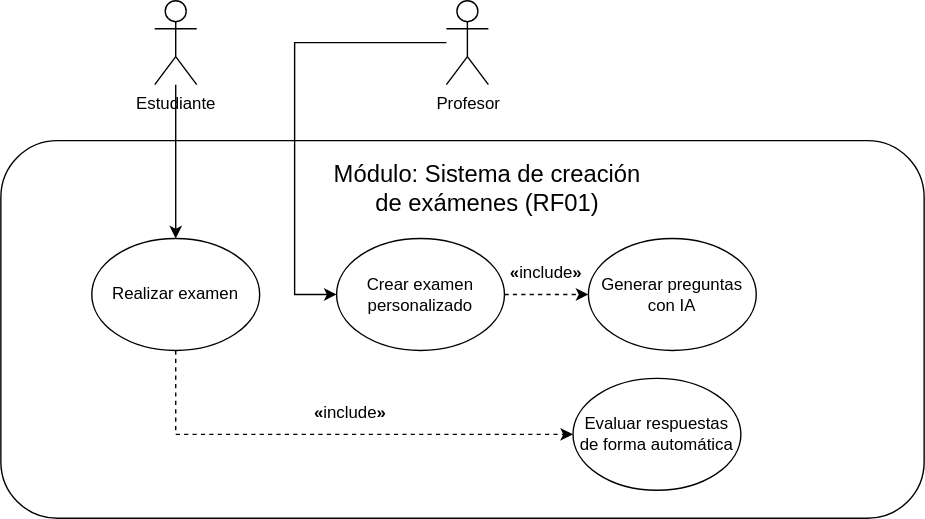
The draw.io diagram docs/diagrams/usecases/UCD-gestionDeExamenes.svg in Juanb7737/calificia, before a commit. Source tidied: cells renumbered, new cells last; positions are measured from the earlier drawing's top-left corner, leaving out a move shared by most shapes.
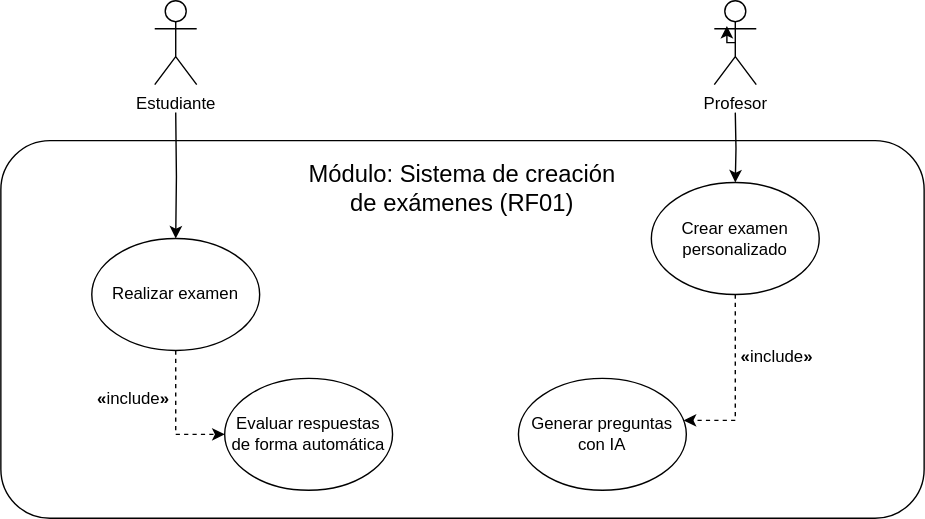
After the change.

The edit, as a diff of the source:
```diff
@@ -2,34 +2,37 @@
   <root>
     <mxCell id="0" />
     <mxCell id="1" parent="0" />
-    <mxCell id="2" style="rounded=1;whiteSpace=wrap;html=1;" parent="1" vertex="1">
+    <mxCell id="2" style="rounded=1;whiteSpace=wrap;html=1;arcSize=13;" parent="1" vertex="1">
       <mxGeometry y="100" width="660" height="270" as="geometry" />
     </mxCell>
-    <mxCell id="3" style="edgeStyle=orthogonalEdgeStyle;rounded=0;jettySize=auto;html=1;entryX=0;entryY=0.5;entryDx=0;entryDy=0;" parent="1" edge="1" source="4" target="7">
-      <mxGeometry relative="1" as="geometry">
-        <Array as="points">
-          <mxPoint x="210" y="30" />
-          <mxPoint x="210" y="210" />
-        </Array>
-      </mxGeometry>
-    </mxCell>
+    <mxCell id="16" style="edgeStyle=orthogonalEdgeStyle;rounded=0;jettySize=auto;html=1;" parent="1" edge="1" target="7">
+      <mxGeometry relative="1" as="geometry">
+        <mxPoint x="525" y="80" as="sourcePoint" />
+      </mxGeometry>
+    </mxCell>
     <mxCell id="4" value="Profesor" style="shape=umlActor;verticalLabelPosition=bottom;verticalAlign=top;html=1;" parent="1" vertex="1">
-      <mxGeometry x="318.5" width="30" height="60" as="geometry" />
+      <mxGeometry x="510" width="30" height="60" as="geometry" />
     </mxCell>
-    <mxCell id="5" style="edgeStyle=orthogonalEdgeStyle;rounded=0;jettySize=auto;html=1;" parent="1" edge="1" source="6" target="10">
-      <mxGeometry relative="1" as="geometry" />
-    </mxCell>
+    <mxCell id="17" style="edgeStyle=orthogonalEdgeStyle;rounded=0;jettySize=auto;html=1;" parent="1" edge="1" target="10">
+      <mxGeometry relative="1" as="geometry">
+        <mxPoint x="125" y="80" as="sourcePoint" />
+      </mxGeometry>
+    </mxCell>
     <mxCell id="6" value="Estudiante" style="shape=umlActor;verticalLabelPosition=bottom;verticalAlign=top;html=1;" parent="1" vertex="1">
       <mxGeometry x="110" width="30" height="60" as="geometry" />
     </mxCell>
     <mxCell id="7" value="Crear examen personalizado" style="ellipse;whiteSpace=wrap;html=1;" parent="1" vertex="1">
-      <mxGeometry x="240" y="170" width="120" height="80" as="geometry" />
+      <mxGeometry x="465" y="130" width="120" height="80" as="geometry" />
     </mxCell>
-    <mxCell id="8" style="edgeStyle=orthogonalEdgeStyle;rounded=0;jettySize=auto;html=1;dashed=1;exitX=1;exitY=0.5;exitDx=0;exitDy=0;" parent="1" edge="1" source="7" target="9">
-      <mxGeometry relative="1" as="geometry" />
+    <mxCell id="8" style="edgeStyle=orthogonalEdgeStyle;rounded=0;jettySize=auto;html=1;dashed=1;exitX=0.5;exitY=1;exitDx=0;exitDy=0;" parent="1" edge="1" source="7" target="9">
+      <mxGeometry relative="1" as="geometry">
+        <Array as="points">
+          <mxPoint x="525" y="300" />
+        </Array>
+      </mxGeometry>
     </mxCell>
     <mxCell id="9" value="Generar preguntas con IA" style="ellipse;whiteSpace=wrap;html=1;" parent="1" vertex="1">
-      <mxGeometry x="420" y="170" width="120" height="80" as="geometry" />
+      <mxGeometry x="370" y="270" width="120" height="80" as="geometry" />
     </mxCell>
     <mxCell id="10" value="Realizar examen" style="ellipse;whiteSpace=wrap;html=1;" parent="1" vertex="1">
       <mxGeometry x="65" y="170" width="120" height="80" as="geometry" />
@@ -38,16 +41,19 @@
       <mxGeometry relative="1" as="geometry" />
     </mxCell>
     <mxCell id="12" value="Evaluar respuestas de forma automática" style="ellipse;whiteSpace=wrap;html=1;" parent="1" vertex="1">
-      <mxGeometry x="409" y="270" width="120" height="80" as="geometry" />
+      <mxGeometry x="160" y="270" width="120" height="80" as="geometry" />
     </mxCell>
     <mxCell id="13" value="&lt;span id=&quot;columnas_especial&quot;&gt;&lt;strong&gt;«&lt;/strong&gt;&lt;/span&gt;include&lt;strong&gt;»&lt;/strong&gt;" style="text;html=1;align=center;verticalAlign=middle;whiteSpace=wrap;rounded=0;" parent="1" vertex="1">
-      <mxGeometry x="360" y="180" width="60" height="30" as="geometry" />
+      <mxGeometry x="525" y="240" width="60" height="30" as="geometry" />
     </mxCell>
     <mxCell id="14" value="&lt;font style=&quot;font-size: 17px;&quot;&gt;Módulo: Sistema de creación de exámenes (RF01)&lt;/font&gt;" style="text;html=1;align=center;verticalAlign=middle;whiteSpace=wrap;rounded=0;" parent="1" vertex="1">
-      <mxGeometry x="230" y="110" width="236" height="50" as="geometry" />
+      <mxGeometry x="212" y="110" width="236" height="50" as="geometry" />
     </mxCell>
     <mxCell id="15" value="&lt;span id=&quot;columnas_especial&quot;&gt;&lt;strong&gt;«&lt;/strong&gt;&lt;/span&gt;include&lt;strong&gt;»&lt;/strong&gt;" style="text;html=1;align=center;verticalAlign=middle;whiteSpace=wrap;rounded=0;" parent="1" vertex="1">
-      <mxGeometry x="220" y="280" width="60" height="30" as="geometry" />
+      <mxGeometry x="65" y="270" width="60" height="30" as="geometry" />
     </mxCell>
+    <mxCell id="18" style="edgeStyle=orthogonalEdgeStyle;rounded=0;orthogonalLoop=1;jettySize=auto;html=1;exitX=0.5;exitY=0.5;exitDx=0;exitDy=0;exitPerimeter=0;entryX=0.3;entryY=0.3;entryDx=0;entryDy=0;entryPerimeter=0;" parent="1" edge="1" source="4" target="4">
+      <mxGeometry relative="1" as="geometry" />
+    </mxCell>
   </root>
 </mxGraphModel>
```
